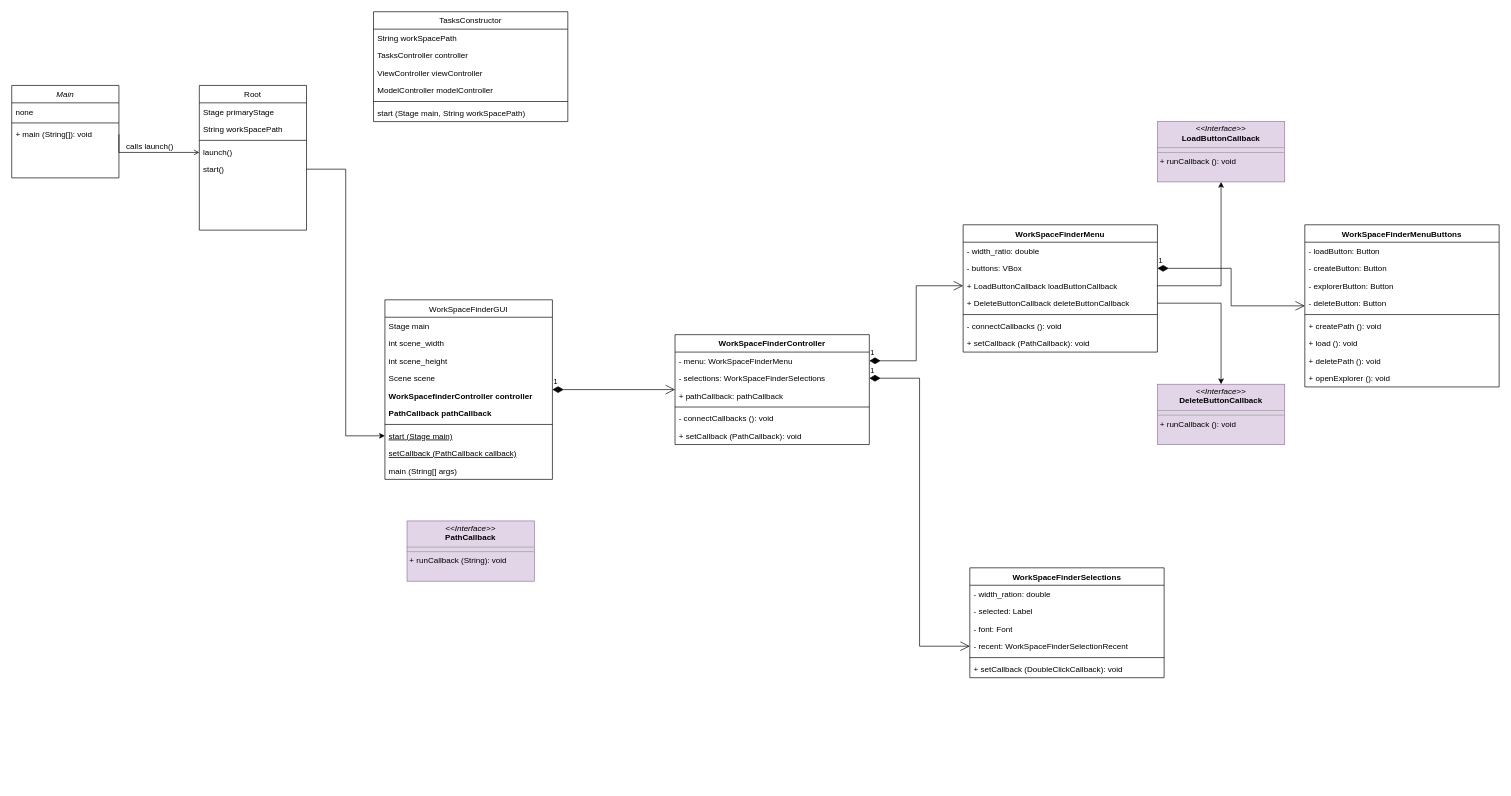
The draw.io diagram ToDoList/Unbenanntes Diagramm.drawio in F-Kwiz/ToDoList, before the edit. Source tidied: cells renumbered, new cells numbered last; positions are measured from the earlier drawing's top-left corner, leaving out a move shared by most shapes. Both pictures are drawn from the tidied source at 67%, with x=0, y=0 at pixel (11, 11).
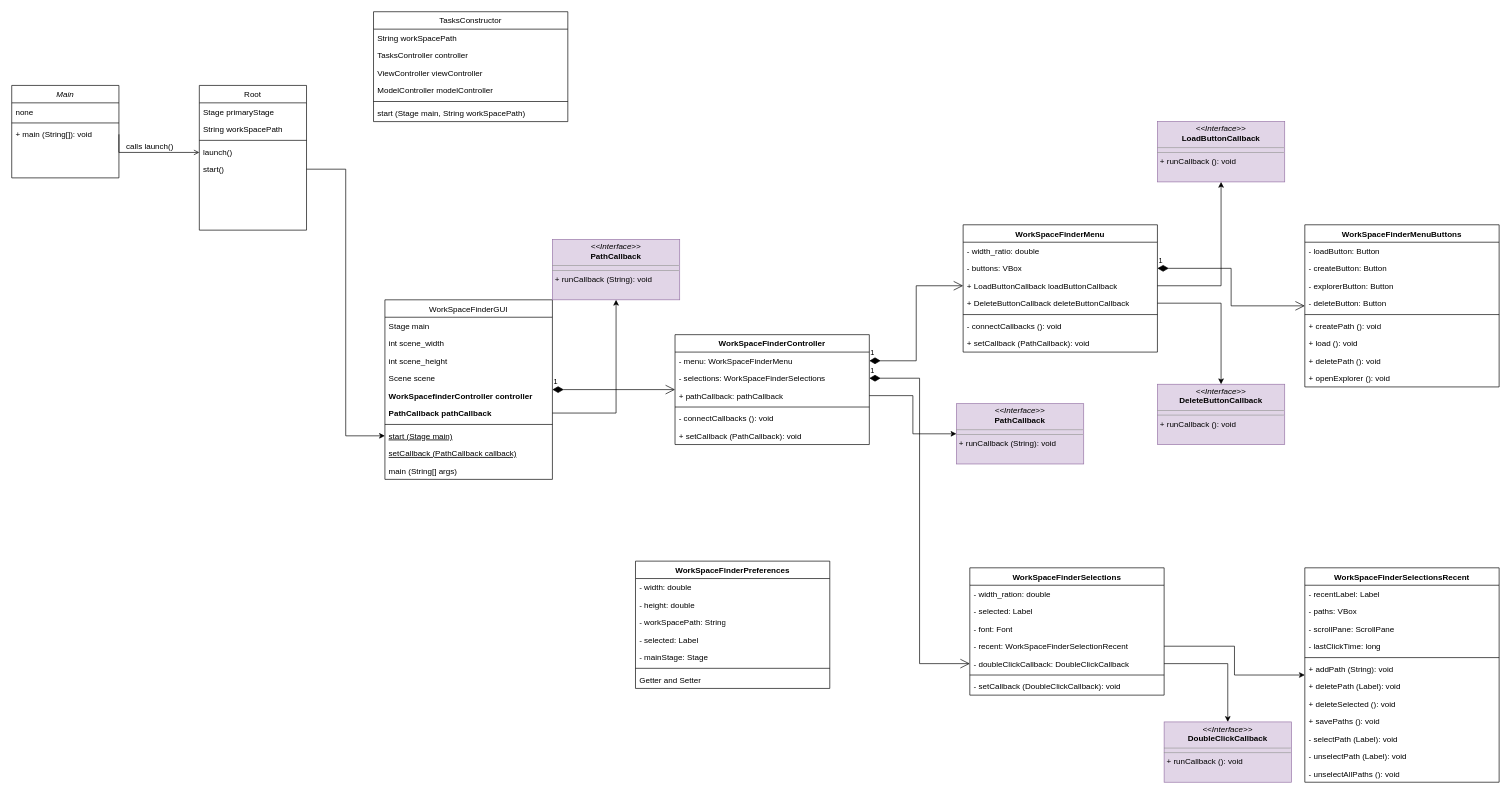
The same diagram, later.

Commit message:
WorkSpaceFinder fin

The change refers to these unchanged cells:
```xml
<mxCell id="30" value="PathCallback pathCallback" style="text;align=left;verticalAlign=top;spacingLeft=4;spacingRight=4;overflow=hidden;points=[[0,0.5],[1,0.5]];portConstraint=eastwest;rounded=0;shadow=0;html=0;fontStyle=1;" parent="24" vertex="1">
  <mxGeometry y="156" width="250" height="26" as="geometry" />
</mxCell>
<mxCell id="39" value="+ pathCallback: pathCallback" style="text;strokeColor=none;fillColor=none;align=left;verticalAlign=top;spacingLeft=4;spacingRight=4;overflow=hidden;points=[[0,0.5],[1,0.5]];portConstraint=eastwest;whiteSpace=wrap;html=1;" parent="36" vertex="1">
  <mxGeometry y="78" width="290" height="26" as="geometry" />
</mxCell>
```

Diff of the diagram source:
```diff
@@
     <mxCell id="35" value="&lt;p style=&quot;margin:0px;margin-top:4px;text-align:center;&quot;&gt;&lt;i&gt;&amp;lt;&amp;lt;Interface&amp;gt;&amp;gt;&lt;/i&gt;&lt;br&gt;&lt;b&gt;PathCallback&lt;/b&gt;&lt;br&gt;&lt;/p&gt;&lt;hr size=&quot;1&quot;&gt;&lt;hr size=&quot;1&quot;&gt;&lt;p style=&quot;margin:0px;margin-left:4px;&quot;&gt;+ runCallback (String): void&lt;br&gt;&lt;br&gt;&lt;/p&gt;" style="verticalAlign=top;align=left;overflow=fill;fontSize=12;fontFamily=Helvetica;html=1;whiteSpace=wrap;fillColor=#e1d5e7;strokeColor=#9673a6;" parent="1" vertex="1">
-      <mxGeometry x="590" y="760" width="190" height="90" as="geometry" />
+      <mxGeometry x="807" y="340" width="190" height="90" as="geometry" />
     </mxCell>
@@
     <mxCell id="52" value="WorkSpaceFinderSelections" style="swimlane;fontStyle=1;align=center;verticalAlign=top;horizontal=1;startSize=26;whiteSpace=wrap;html=1;" parent="1" vertex="1">
-      <mxGeometry x="1430" y="830" width="290" height="164" as="geometry" />
+      <mxGeometry x="1430" y="830" width="290" height="190" as="geometry" />
     </mxCell>
@@
+    <mxCell id="76" value="- recent: WorkSpaceFinderSelectionRecent" style="text;strokeColor=none;fillColor=none;align=left;verticalAlign=top;spacingLeft=4;spacingRight=4;overflow=hidden;points=[[0,0.5],[1,0.5]];portConstraint=eastwest;whiteSpace=wrap;html=1;" parent="52" vertex="1">
+      <mxGeometry y="104" width="290" height="26" as="geometry" />
+    </mxCell>
-    <mxCell id="56" value="- recent: WorkSpaceFinderSelectionRecent" style="text;strokeColor=none;fillColor=none;align=left;verticalAlign=top;spacingLeft=4;spacingRight=4;overflow=hidden;points=[[0,0.5],[1,0.5]];portConstraint=eastwest;whiteSpace=wrap;html=1;" parent="52" vertex="1">
-      <mxGeometry y="104" width="290" height="26" as="geometry" />
+    <mxCell id="56" value="- doubleClickCallback: DoubleClickCallback" style="text;strokeColor=none;fillColor=none;align=left;verticalAlign=top;spacingLeft=4;spacingRight=4;overflow=hidden;points=[[0,0.5],[1,0.5]];portConstraint=eastwest;whiteSpace=wrap;html=1;" parent="52" vertex="1">
+      <mxGeometry y="130" width="290" height="26" as="geometry" />
     </mxCell>
     <mxCell id="57" style="line;strokeWidth=1;fillColor=none;align=left;verticalAlign=middle;spacingTop=-1;spacingLeft=3;spacingRight=3;labelPosition=right;strokeColor=inherit;" parent="52" vertex="1">
-      <mxGeometry y="130" width="290" height="8" as="geometry" />
+      <mxGeometry y="156" width="290" height="8" as="geometry" />
     </mxCell>
-    <mxCell id="58" value="+ setCallback (DoubleClickCallback): void" style="text;strokeColor=none;fillColor=none;align=left;verticalAlign=top;spacingLeft=4;spacingRight=4;overflow=hidden;whiteSpace=wrap;html=1;" parent="52" vertex="1">
-      <mxGeometry y="138" width="290" height="26" as="geometry" />
+    <mxCell id="58" value="- setCallback (DoubleClickCallback): void" style="text;strokeColor=none;fillColor=none;align=left;verticalAlign=top;spacingLeft=4;spacingRight=4;overflow=hidden;whiteSpace=wrap;html=1;" parent="52" vertex="1">
+      <mxGeometry y="164" width="290" height="26" as="geometry" />
     </mxCell>
@@
+    <mxCell id="77" style="edgeStyle=orthogonalEdgeStyle;rounded=0;jettySize=auto;html=1;" parent="1" edge="1" source="30" target="35">
+      <mxGeometry relative="1" as="geometry" />
+    </mxCell>
+    <mxCell id="78" value="WorkSpaceFinderSelectionsRecent" style="swimlane;fontStyle=1;align=center;verticalAlign=top;horizontal=1;startSize=26;whiteSpace=wrap;html=1;" parent="1" vertex="1">
+      <mxGeometry x="1930" y="830" width="290" height="320" as="geometry" />
+    </mxCell>
+    <mxCell id="79" value="- recentLabel: Label" style="text;strokeColor=none;fillColor=none;align=left;verticalAlign=top;spacingLeft=4;spacingRight=4;overflow=hidden;whiteSpace=wrap;html=1;" parent="78" vertex="1">
+      <mxGeometry y="26" width="290" height="26" as="geometry" />
+    </mxCell>
+    <mxCell id="80" value="- paths: VBox" style="text;strokeColor=none;fillColor=none;align=left;verticalAlign=top;spacingLeft=4;spacingRight=4;overflow=hidden;whiteSpace=wrap;html=1;" parent="78" vertex="1">
+      <mxGeometry y="52" width="290" height="26" as="geometry" />
+    </mxCell>
+    <mxCell id="81" value="- scrollPane: ScrollPane" style="text;strokeColor=none;fillColor=none;align=left;verticalAlign=top;spacingLeft=4;spacingRight=4;overflow=hidden;whiteSpace=wrap;html=1;" parent="78" vertex="1">
+      <mxGeometry y="78" width="290" height="26" as="geometry" />
+    </mxCell>
+    <mxCell id="82" value="- lastClickTime: long" style="text;strokeColor=none;fillColor=none;align=left;verticalAlign=top;spacingLeft=4;spacingRight=4;overflow=hidden;whiteSpace=wrap;html=1;" parent="78" vertex="1">
+      <mxGeometry y="104" width="290" height="26" as="geometry" />
+    </mxCell>
+    <mxCell id="83" style="line;strokeWidth=1;fillColor=none;align=left;verticalAlign=middle;spacingTop=-1;spacingLeft=3;spacingRight=3;labelPosition=right;strokeColor=inherit;" parent="78" vertex="1">
+      <mxGeometry y="130" width="290" height="8" as="geometry" />
+    </mxCell>
+    <mxCell id="84" value="+ addPath (String): void" style="text;strokeColor=none;fillColor=none;align=left;verticalAlign=top;spacingLeft=4;spacingRight=4;overflow=hidden;whiteSpace=wrap;html=1;" parent="78" vertex="1">
+      <mxGeometry y="138" width="290" height="26" as="geometry" />
+    </mxCell>
+    <mxCell id="85" value="+ deletePath (Label): void" style="text;strokeColor=none;fillColor=none;align=left;verticalAlign=top;spacingLeft=4;spacingRight=4;overflow=hidden;whiteSpace=wrap;html=1;" parent="78" vertex="1">
+      <mxGeometry y="164" width="290" height="26" as="geometry" />
+    </mxCell>
+    <mxCell id="86" value="+ deleteSelected (): void" style="text;strokeColor=none;fillColor=none;align=left;verticalAlign=top;spacingLeft=4;spacingRight=4;overflow=hidden;whiteSpace=wrap;html=1;" parent="78" vertex="1">
+      <mxGeometry y="190" width="290" height="26" as="geometry" />
+    </mxCell>
+    <mxCell id="87" value="+ savePaths (): void" style="text;strokeColor=none;fillColor=none;align=left;verticalAlign=top;spacingLeft=4;spacingRight=4;overflow=hidden;whiteSpace=wrap;html=1;" parent="78" vertex="1">
+      <mxGeometry y="216" width="290" height="26" as="geometry" />
+    </mxCell>
+    <mxCell id="88" value="- selectPath (Label): void" style="text;strokeColor=none;fillColor=none;align=left;verticalAlign=top;spacingLeft=4;spacingRight=4;overflow=hidden;whiteSpace=wrap;html=1;" parent="78" vertex="1">
+      <mxGeometry y="242" width="290" height="26" as="geometry" />
+    </mxCell>
+    <mxCell id="89" value="- unselectPath (Label): void" style="text;strokeColor=none;fillColor=none;align=left;verticalAlign=top;spacingLeft=4;spacingRight=4;overflow=hidden;whiteSpace=wrap;html=1;" parent="78" vertex="1">
+      <mxGeometry y="268" width="290" height="26" as="geometry" />
+    </mxCell>
+    <mxCell id="90" value="- unselectAllPaths (): void" style="text;strokeColor=none;fillColor=none;align=left;verticalAlign=top;spacingLeft=4;spacingRight=4;overflow=hidden;whiteSpace=wrap;html=1;" parent="78" vertex="1">
+      <mxGeometry y="294" width="290" height="26" as="geometry" />
+    </mxCell>
+    <mxCell id="91" value="&lt;p style=&quot;margin:0px;margin-top:4px;text-align:center;&quot;&gt;&lt;i&gt;&amp;lt;&amp;lt;Interface&amp;gt;&amp;gt;&lt;/i&gt;&lt;br&gt;&lt;b&gt;DoubleClickCallback&lt;/b&gt;&lt;br&gt;&lt;/p&gt;&lt;hr size=&quot;1&quot;&gt;&lt;hr size=&quot;1&quot;&gt;&lt;p style=&quot;margin:0px;margin-left:4px;&quot;&gt;+ runCallback (): void&lt;br&gt;&lt;br&gt;&lt;/p&gt;" style="verticalAlign=top;align=left;overflow=fill;fontSize=12;fontFamily=Helvetica;html=1;whiteSpace=wrap;fillColor=#e1d5e7;strokeColor=#9673a6;" parent="1" vertex="1">
+      <mxGeometry x="1720" y="1060" width="190" height="90" as="geometry" />
+    </mxCell>
+    <mxCell id="92" style="edgeStyle=orthogonalEdgeStyle;rounded=0;jettySize=auto;html=1;" parent="1" edge="1" source="56" target="91">
+      <mxGeometry relative="1" as="geometry" />
+    </mxCell>
+    <mxCell id="93" style="edgeStyle=orthogonalEdgeStyle;rounded=0;jettySize=auto;html=1;" parent="1" edge="1" source="76" target="78">
+      <mxGeometry relative="1" as="geometry" />
+    </mxCell>
+    <mxCell id="94" value="WorkSpaceFinderPreferences" style="swimlane;fontStyle=1;align=center;verticalAlign=top;horizontal=1;startSize=26;whiteSpace=wrap;html=1;" parent="1" vertex="1">
+      <mxGeometry x="931" y="820" width="290" height="190" as="geometry" />
+    </mxCell>
+    <mxCell id="95" value="- width: double&lt;span style=&quot;color:#d8d8d8;&quot;&gt;&lt;/span&gt;" style="text;strokeColor=none;fillColor=none;align=left;verticalAlign=top;spacingLeft=4;spacingRight=4;overflow=hidden;whiteSpace=wrap;html=1;" parent="94" vertex="1">
+      <mxGeometry y="26" width="290" height="26" as="geometry" />
+    </mxCell>
+    <mxCell id="96" value="- height: double" style="text;strokeColor=none;fillColor=none;align=left;verticalAlign=top;spacingLeft=4;spacingRight=4;overflow=hidden;whiteSpace=wrap;html=1;" parent="94" vertex="1">
+      <mxGeometry y="52" width="290" height="26" as="geometry" />
+    </mxCell>
+    <mxCell id="97" value="- workSpacePath: String" style="text;strokeColor=none;fillColor=none;align=left;verticalAlign=top;spacingLeft=4;spacingRight=4;overflow=hidden;whiteSpace=wrap;html=1;" parent="94" vertex="1">
+      <mxGeometry y="78" width="290" height="26" as="geometry" />
+    </mxCell>
+    <mxCell id="98" value="- selected: Label" style="text;strokeColor=none;fillColor=none;align=left;verticalAlign=top;spacingLeft=4;spacingRight=4;overflow=hidden;whiteSpace=wrap;html=1;" parent="94" vertex="1">
+      <mxGeometry y="104" width="290" height="26" as="geometry" />
+    </mxCell>
+    <mxCell id="99" value="- mainStage: Stage" style="text;strokeColor=none;fillColor=none;align=left;verticalAlign=top;spacingLeft=4;spacingRight=4;overflow=hidden;whiteSpace=wrap;html=1;" parent="94" vertex="1">
+      <mxGeometry y="130" width="290" height="26" as="geometry" />
+    </mxCell>
+    <mxCell id="100" style="line;strokeWidth=1;fillColor=none;align=left;verticalAlign=middle;spacingTop=-1;spacingLeft=3;spacingRight=3;labelPosition=right;strokeColor=inherit;" parent="94" vertex="1">
+      <mxGeometry y="156" width="290" height="8" as="geometry" />
+    </mxCell>
+    <mxCell id="101" value="Getter and Setter" style="text;strokeColor=none;fillColor=none;align=left;verticalAlign=top;spacingLeft=4;spacingRight=4;overflow=hidden;whiteSpace=wrap;html=1;" parent="94" vertex="1">
+      <mxGeometry y="164" width="290" height="26" as="geometry" />
+    </mxCell>
+    <mxCell id="102" value="&lt;p style=&quot;margin:0px;margin-top:4px;text-align:center;&quot;&gt;&lt;i&gt;&amp;lt;&amp;lt;Interface&amp;gt;&amp;gt;&lt;/i&gt;&lt;br&gt;&lt;b&gt;PathCallback&lt;/b&gt;&lt;br&gt;&lt;/p&gt;&lt;hr size=&quot;1&quot;&gt;&lt;hr size=&quot;1&quot;&gt;&lt;p style=&quot;margin:0px;margin-left:4px;&quot;&gt;+ runCallback (String): void&lt;br&gt;&lt;br&gt;&lt;/p&gt;" style="verticalAlign=top;align=left;overflow=fill;fontSize=12;fontFamily=Helvetica;html=1;whiteSpace=wrap;fillColor=#e1d5e7;strokeColor=#9673a6;" parent="1" vertex="1">
+      <mxGeometry x="1410" y="585" width="190" height="90" as="geometry" />
+    </mxCell>
+    <mxCell id="103" style="edgeStyle=orthogonalEdgeStyle;rounded=0;jettySize=auto;html=1;" parent="1" edge="1" source="39" target="102">
+      <mxGeometry relative="1" as="geometry" />
+    </mxCell>
```
